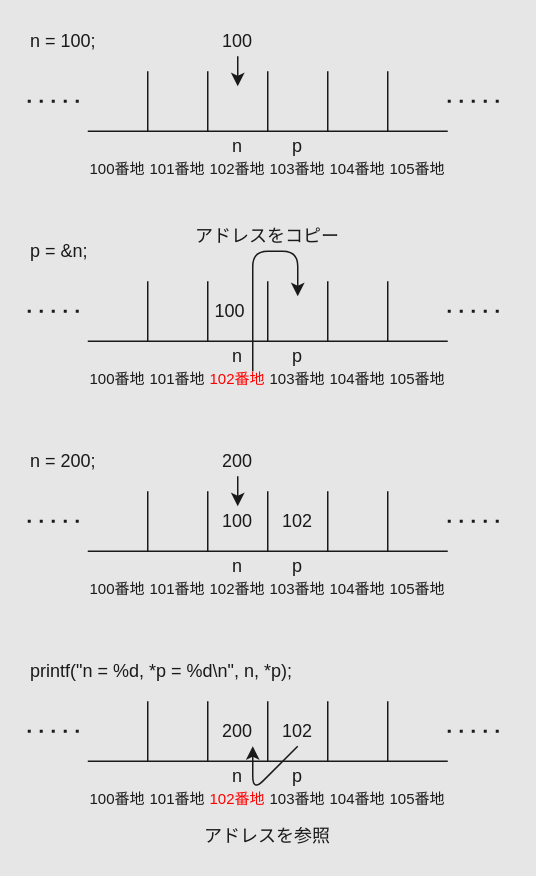
Above: page "ref" (2 of 5) of src/pointer/index.drawio in tuatmcc/ClangWorkShop (draw.io), before the change. Source tidied: cells renumbered, new cells numbered last; positions are measured from the earlier drawing's top-left corner, leaving out a move shared by most shapes. Both pictures are drawn from the tidied source at 150%, with x=0, y=0 at pixel (27, 26).
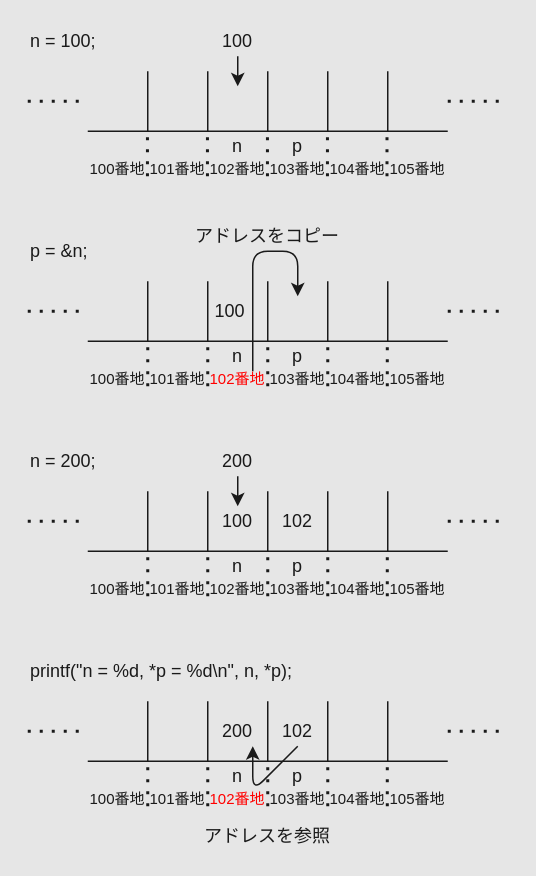
After the change.

Diff of the diagram source:
```diff
@@
+    <mxCell id="83" style="endArrow=none;dashed=1;html=1;dashPattern=1 3;strokeWidth=2;strokeColor=#1A1A1A;fontColor=#FF0000;" parent="1" edge="1">
+      <mxGeometry relative="1" as="geometry">
+        <mxPoint x="80" y="380" as="sourcePoint" />
+        <mxPoint x="80" y="350" as="targetPoint" />
+      </mxGeometry>
+    </mxCell>
+    <mxCell id="84" style="endArrow=none;dashed=1;html=1;dashPattern=1 3;strokeWidth=2;strokeColor=#1A1A1A;fontColor=#FF0000;" parent="1" edge="1">
+      <mxGeometry relative="1" as="geometry">
+        <mxPoint x="120" y="380" as="sourcePoint" />
+        <mxPoint x="120" y="350" as="targetPoint" />
+      </mxGeometry>
+    </mxCell>
+    <mxCell id="85" style="endArrow=none;dashed=1;html=1;dashPattern=1 3;strokeWidth=2;strokeColor=#1A1A1A;fontColor=#FF0000;" parent="1" edge="1">
+      <mxGeometry relative="1" as="geometry">
+        <mxPoint x="160" y="380" as="sourcePoint" />
+        <mxPoint x="160" y="350" as="targetPoint" />
+      </mxGeometry>
+    </mxCell>
+    <mxCell id="86" style="endArrow=none;dashed=1;html=1;dashPattern=1 3;strokeWidth=2;strokeColor=#1A1A1A;fontColor=#FF0000;" parent="1" edge="1">
+      <mxGeometry relative="1" as="geometry">
+        <mxPoint x="200" y="380" as="sourcePoint" />
+        <mxPoint x="200" y="350" as="targetPoint" />
+      </mxGeometry>
+    </mxCell>
+    <mxCell id="87" style="endArrow=none;dashed=1;html=1;dashPattern=1 3;strokeWidth=2;strokeColor=#1A1A1A;fontColor=#FF0000;" parent="1" edge="1">
+      <mxGeometry relative="1" as="geometry">
+        <mxPoint x="239.7" y="380" as="sourcePoint" />
+        <mxPoint x="239.7" y="350" as="targetPoint" />
+      </mxGeometry>
+    </mxCell>
+    <mxCell id="88" style="endArrow=none;dashed=1;html=1;dashPattern=1 3;strokeWidth=2;strokeColor=#1A1A1A;fontColor=#FF0000;" parent="1" edge="1">
+      <mxGeometry relative="1" as="geometry">
+        <mxPoint x="79.8" y="100" as="sourcePoint" />
+        <mxPoint x="79.8" y="70" as="targetPoint" />
+      </mxGeometry>
+    </mxCell>
+    <mxCell id="89" style="endArrow=none;dashed=1;html=1;dashPattern=1 3;strokeWidth=2;strokeColor=#1A1A1A;fontColor=#FF0000;" parent="1" edge="1">
+      <mxGeometry relative="1" as="geometry">
+        <mxPoint x="119.8" y="100" as="sourcePoint" />
+        <mxPoint x="119.8" y="70" as="targetPoint" />
+      </mxGeometry>
+    </mxCell>
+    <mxCell id="90" style="endArrow=none;dashed=1;html=1;dashPattern=1 3;strokeWidth=2;strokeColor=#1A1A1A;fontColor=#FF0000;" parent="1" edge="1">
+      <mxGeometry relative="1" as="geometry">
+        <mxPoint x="159.8" y="100" as="sourcePoint" />
+        <mxPoint x="159.8" y="70" as="targetPoint" />
+      </mxGeometry>
+    </mxCell>
+    <mxCell id="91" style="endArrow=none;dashed=1;html=1;dashPattern=1 3;strokeWidth=2;strokeColor=#1A1A1A;fontColor=#FF0000;" parent="1" edge="1">
+      <mxGeometry relative="1" as="geometry">
+        <mxPoint x="199.8" y="100" as="sourcePoint" />
+        <mxPoint x="199.8" y="70" as="targetPoint" />
+      </mxGeometry>
+    </mxCell>
+    <mxCell id="92" style="endArrow=none;dashed=1;html=1;dashPattern=1 3;strokeWidth=2;strokeColor=#1A1A1A;fontColor=#FF0000;" parent="1" edge="1">
+      <mxGeometry relative="1" as="geometry">
+        <mxPoint x="239.5" y="100" as="sourcePoint" />
+        <mxPoint x="239.5" y="70" as="targetPoint" />
+      </mxGeometry>
+    </mxCell>
+    <mxCell id="93" style="endArrow=none;dashed=1;html=1;dashPattern=1 3;strokeWidth=2;strokeColor=#1A1A1A;fontColor=#FF0000;" parent="1" edge="1">
+      <mxGeometry relative="1" as="geometry">
+        <mxPoint x="80" y="240" as="sourcePoint" />
+        <mxPoint x="80" y="210" as="targetPoint" />
+      </mxGeometry>
+    </mxCell>
+    <mxCell id="94" style="endArrow=none;dashed=1;html=1;dashPattern=1 3;strokeWidth=2;strokeColor=#1A1A1A;fontColor=#FF0000;" parent="1" edge="1">
+      <mxGeometry relative="1" as="geometry">
+        <mxPoint x="120" y="240" as="sourcePoint" />
+        <mxPoint x="120" y="210" as="targetPoint" />
+      </mxGeometry>
+    </mxCell>
+    <mxCell id="95" style="endArrow=none;dashed=1;html=1;dashPattern=1 3;strokeWidth=2;strokeColor=#1A1A1A;fontColor=#FF0000;" parent="1" edge="1">
+      <mxGeometry relative="1" as="geometry">
+        <mxPoint x="160" y="240" as="sourcePoint" />
+        <mxPoint x="160" y="210" as="targetPoint" />
+      </mxGeometry>
+    </mxCell>
+    <mxCell id="96" style="endArrow=none;dashed=1;html=1;dashPattern=1 3;strokeWidth=2;strokeColor=#1A1A1A;fontColor=#FF0000;" parent="1" edge="1">
+      <mxGeometry relative="1" as="geometry">
+        <mxPoint x="200" y="240" as="sourcePoint" />
+        <mxPoint x="200" y="210" as="targetPoint" />
+      </mxGeometry>
+    </mxCell>
+    <mxCell id="97" style="endArrow=none;dashed=1;html=1;dashPattern=1 3;strokeWidth=2;strokeColor=#1A1A1A;fontColor=#FF0000;" parent="1" edge="1">
+      <mxGeometry relative="1" as="geometry">
+        <mxPoint x="239.7" y="240" as="sourcePoint" />
+        <mxPoint x="239.7" y="210" as="targetPoint" />
+      </mxGeometry>
+    </mxCell>
+    <mxCell id="98" style="endArrow=none;dashed=1;html=1;dashPattern=1 3;strokeWidth=2;strokeColor=#1A1A1A;fontColor=#FF0000;" parent="1" edge="1">
+      <mxGeometry relative="1" as="geometry">
+        <mxPoint x="80" y="520" as="sourcePoint" />
+        <mxPoint x="80" y="490" as="targetPoint" />
+      </mxGeometry>
+    </mxCell>
+    <mxCell id="99" style="endArrow=none;dashed=1;html=1;dashPattern=1 3;strokeWidth=2;strokeColor=#1A1A1A;fontColor=#FF0000;" parent="1" edge="1">
+      <mxGeometry relative="1" as="geometry">
+        <mxPoint x="120" y="520" as="sourcePoint" />
+        <mxPoint x="120" y="490" as="targetPoint" />
+      </mxGeometry>
+    </mxCell>
+    <mxCell id="100" style="endArrow=none;dashed=1;html=1;dashPattern=1 3;strokeWidth=2;strokeColor=#1A1A1A;fontColor=#FF0000;" parent="1" edge="1">
+      <mxGeometry relative="1" as="geometry">
+        <mxPoint x="160" y="520" as="sourcePoint" />
+        <mxPoint x="160" y="490" as="targetPoint" />
+      </mxGeometry>
+    </mxCell>
+    <mxCell id="101" style="endArrow=none;dashed=1;html=1;dashPattern=1 3;strokeWidth=2;strokeColor=#1A1A1A;fontColor=#FF0000;" parent="1" edge="1">
+      <mxGeometry relative="1" as="geometry">
+        <mxPoint x="200" y="520" as="sourcePoint" />
+        <mxPoint x="200" y="490" as="targetPoint" />
+      </mxGeometry>
+    </mxCell>
+    <mxCell id="102" style="endArrow=none;dashed=1;html=1;dashPattern=1 3;strokeWidth=2;strokeColor=#1A1A1A;fontColor=#FF0000;" parent="1" edge="1">
+      <mxGeometry relative="1" as="geometry">
+        <mxPoint x="239.7" y="520" as="sourcePoint" />
+        <mxPoint x="239.7" y="490" as="targetPoint" />
+      </mxGeometry>
+    </mxCell>
```
